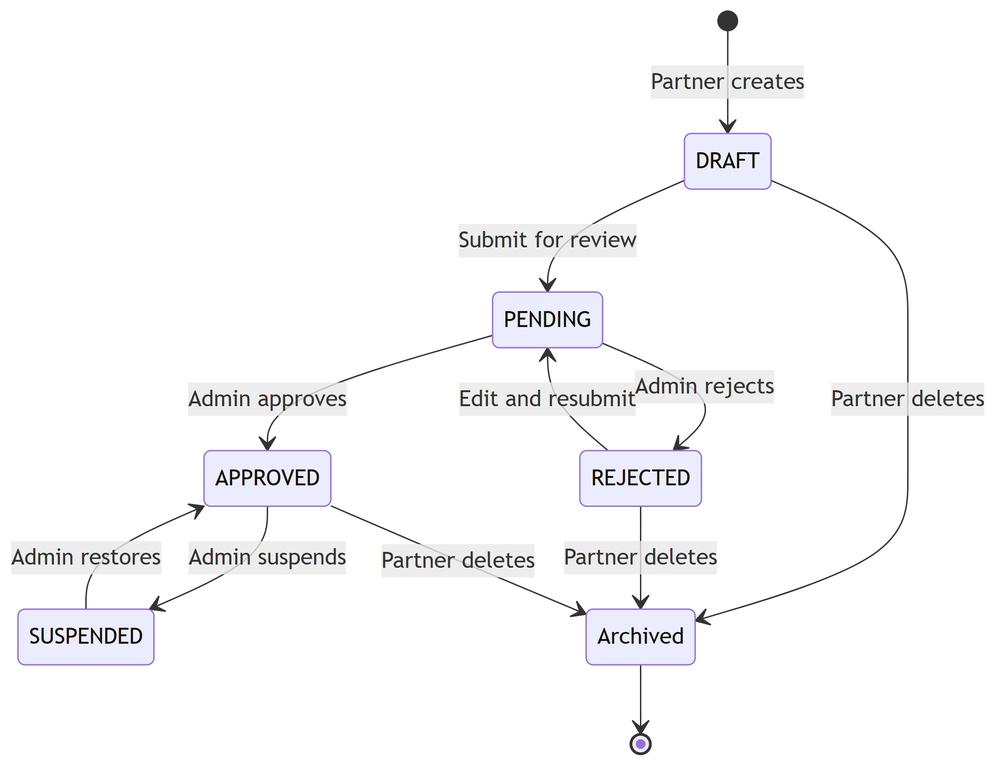
SUMMER2026SE/swp391-rbl-project-team_5 keeps this Mermaid diagram as docs/diagrams/module5/B2_Attraction_status.png. Above is the earlier version. Its source is kept beside it as docs/diagrams/module5/B2_Attraction_status.mmd.
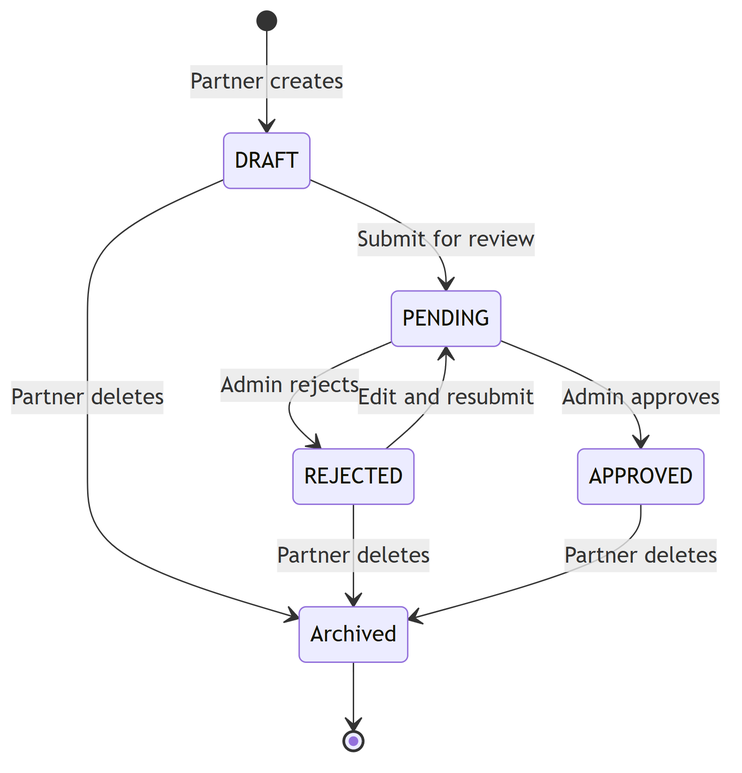
Above is the later version.

Change to the diagram source:
```diff
@@ -4,8 +4,6 @@
     REJECTED --> PENDING : Edit and resubmit
     PENDING --> APPROVED : Admin approves
     PENDING --> REJECTED : Admin rejects
-    APPROVED --> SUSPENDED : Admin suspends
-    SUSPENDED --> APPROVED : Admin restores
     DRAFT --> Archived : Partner deletes
     REJECTED --> Archived : Partner deletes
     APPROVED --> Archived : Partner deletes
```
